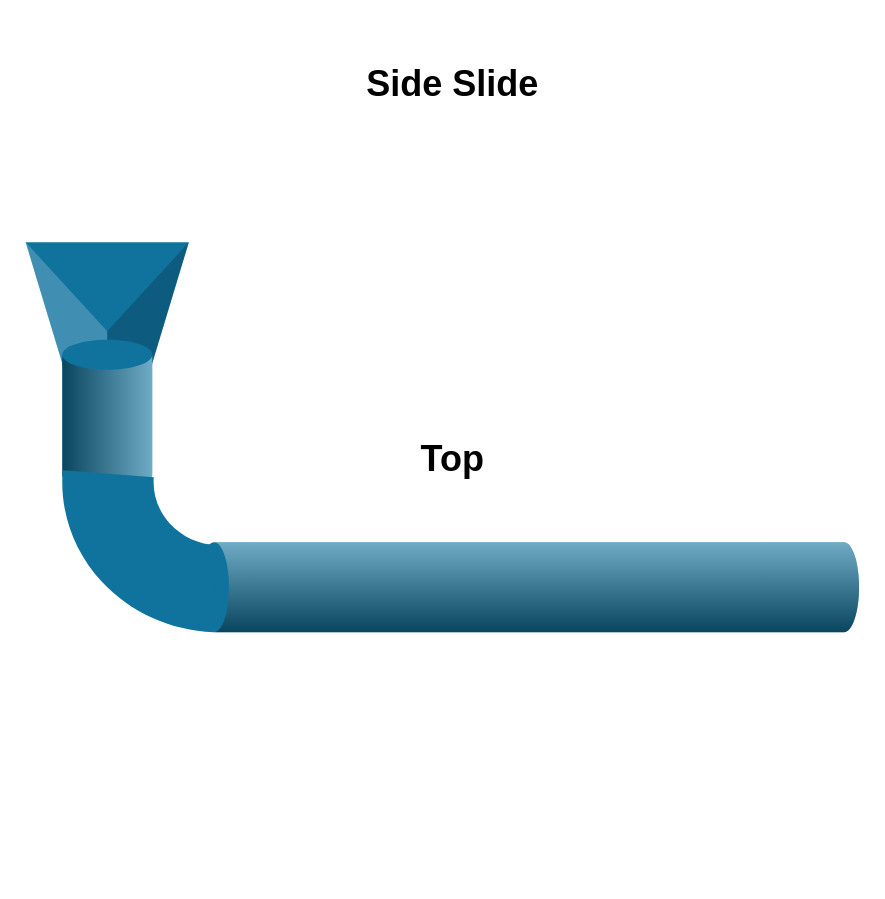
Above: page "Side Slide" (2 of 2) of ballLift.drawio in DrBiffness/pachinko-lift (draw.io), before the change. Source tidied: cells renumbered, new cells numbered last; positions are measured from the earlier drawing's top-left corner, leaving out a move shared by most shapes. Both pictures are drawn from the tidied source at 150%, with x=0, y=0 at pixel (26, 32).
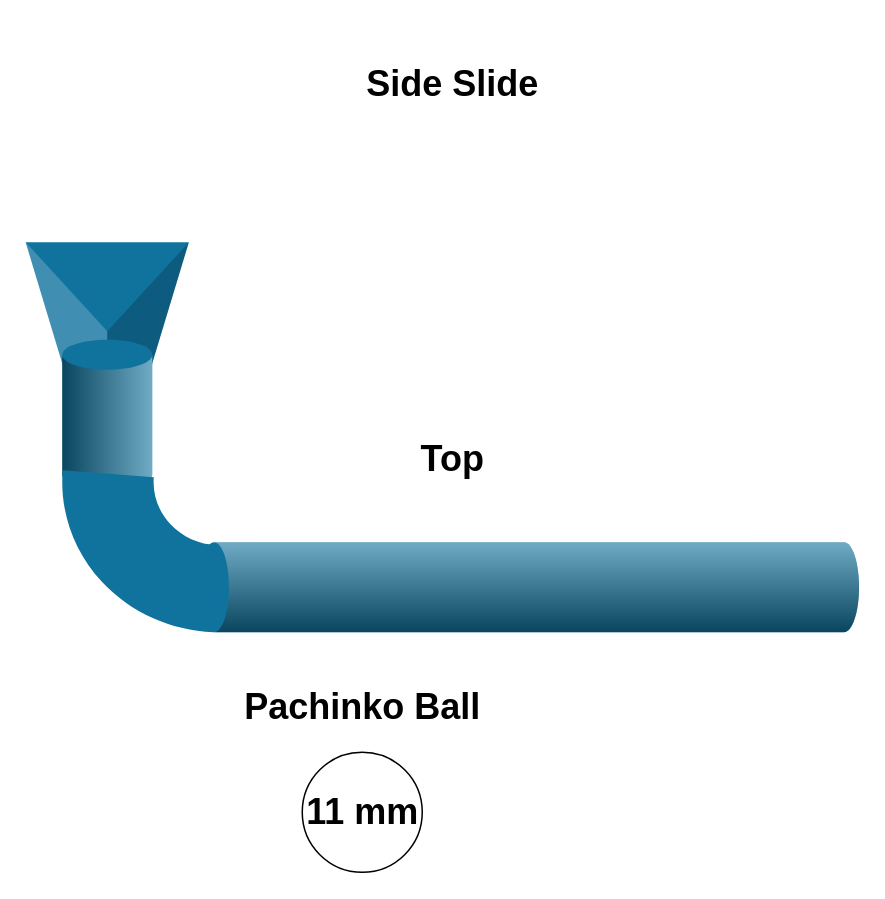
The same page after the edit.

Commit message:
add pachinko ball measurement

Diff of the diagram source:
```diff
@@
 <mxGraphModel>
   <root>
     <mxCell id="0" />
     <mxCell id="1" parent="0" />
     <mxCell id="2" style="verticalLabelPosition=bottom;verticalAlign=top;html=1;shape=mxgraph.infographic.shadedTriangle;fillColor=#10739E;strokeColor=none;rotation=-180;flipH=1;" parent="1" vertex="1">
       <mxGeometry x="-0.4" y="140" width="108.8" height="180" as="geometry" />
     </mxCell>
     <mxCell id="3" value="Side Slide" style="text;strokeColor=none;fillColor=none;html=1;fontSize=24;fontStyle=1;verticalAlign=middle;align=center;shadow=1;" parent="1" vertex="1">
       <mxGeometry x="164" width="240" height="70" as="geometry" />
     </mxCell>
     <mxCell id="4" style="verticalLabelPosition=bottom;verticalAlign=top;html=1;shape=mxgraph.infographic.cylinder;fillColor=#10739E;strokeColor=none;rotation=-90;" parent="1" vertex="1">
       <mxGeometry x="305.2" y="150" width="60" height="440" as="geometry" />
     </mxCell>
     <mxCell id="5" style="verticalLabelPosition=bottom;verticalAlign=top;html=1;shape=mxgraph.infographic.cylinder;fillColor=#10739E;strokeColor=none;" parent="1" vertex="1">
       <mxGeometry x="24" y="205" width="60" height="100" as="geometry" />
     </mxCell>
     <mxCell id="6" style="verticalLabelPosition=bottom;verticalAlign=top;html=1;shape=mxgraph.basic.partConcEllipse;fillColor=#10739E;strokeColor=none;startAngle=0.506492516275344;endAngle=0.762705336833058;arcWidth=0.58;" parent="1" vertex="1">
       <mxGeometry x="24" y="200" width="210" height="200" as="geometry" />
     </mxCell>
     <mxCell id="7" value="Top" style="text;strokeColor=none;fillColor=none;html=1;fontSize=24;fontStyle=1;verticalAlign=middle;align=center;" parent="1" vertex="1">
       <mxGeometry x="234" y="265" width="100" height="40" as="geometry" />
     </mxCell>
+    <mxCell id="8" style="ellipse;whiteSpace=wrap;html=1;" parent="1" vertex="1">
+      <mxGeometry x="184" y="480" width="80" height="80" as="geometry" />
+    </mxCell>
+    <mxCell id="9" value="11 mm" style="text;strokeColor=none;fillColor=none;html=1;fontSize=24;fontStyle=1;verticalAlign=middle;align=center;" parent="1" vertex="1">
+      <mxGeometry x="174" y="500" width="100" height="40" as="geometry" />
+    </mxCell>
+    <mxCell id="10" value="Pachinko Ball" style="text;strokeColor=none;fillColor=none;html=1;fontSize=24;fontStyle=1;verticalAlign=middle;align=center;" parent="1" vertex="1">
+      <mxGeometry x="174" y="430" width="100" height="40" as="geometry" />
+    </mxCell>
   </root>
 </mxGraphModel>
```
